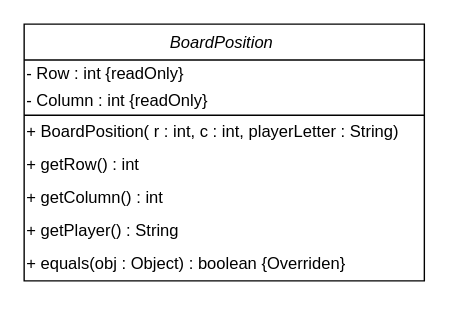
Before: Project1/BoardPosition UML Class Diagram.drawio in ozzhaas/CPSC2150, a draw.io diagram. Source tidied: cells renumbered, new cells numbered last; positions are measured from the earlier drawing's top-left corner, leaving out a move shared by most shapes. Both pictures are drawn from the tidied source at 138%, with x=0, y=0 at pixel (23, 23).
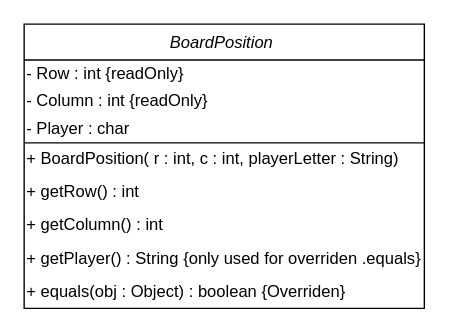
The same page after the edit.

Diff of the diagram source:
```diff
@@
 <mxGraphModel>
   <root>
     <mxCell id="0" />
     <mxCell id="1" parent="0" />
     <mxCell id="2" value="BoardPosition " style="swimlane;fontStyle=2;align=center;verticalAlign=top;horizontal=1;startSize=26;rounded=0;shadow=0;strokeWidth=1;" parent="1" vertex="1">
-      <mxGeometry width="290" height="186" as="geometry" />
+      <mxGeometry width="290" height="206" as="geometry" />
     </mxCell>
     <mxCell id="3" value="- Row : int {readOnly}" style="text;html=1;strokeColor=none;fillColor=none;align=left;verticalAlign=middle;whiteSpace=wrap;rounded=0;" parent="2" vertex="1">
       <mxGeometry y="26" width="290" height="20" as="geometry" />
     </mxCell>
     <mxCell id="4" value="- Column : int {readOnly}" style="text;html=1;strokeColor=none;fillColor=none;align=left;verticalAlign=middle;whiteSpace=wrap;rounded=0;" parent="2" vertex="1">
       <mxGeometry y="46" width="290" height="20" as="geometry" />
     </mxCell>
+    <mxCell id="11" value="- Player : char&amp;nbsp;" style="text;html=1;strokeColor=none;fillColor=none;align=left;verticalAlign=middle;whiteSpace=wrap;rounded=0;" parent="2" vertex="1">
+      <mxGeometry y="66" width="290" height="20" as="geometry" />
+    </mxCell>
     <mxCell id="5" value="+ BoardPosition( r : int, c : int, playerLetter : String)&amp;nbsp;" style="text;html=1;strokeColor=none;fillColor=none;align=left;verticalAlign=middle;whiteSpace=wrap;rounded=0;" parent="2" vertex="1">
-      <mxGeometry y="66" width="290" height="24" as="geometry" />
+      <mxGeometry y="86" width="290" height="24" as="geometry" />
     </mxCell>
     <mxCell id="6" value="+ getRow() : int" style="text;html=1;strokeColor=none;fillColor=none;align=left;verticalAlign=middle;whiteSpace=wrap;rounded=0;" parent="2" vertex="1">
-      <mxGeometry y="90" width="290" height="24" as="geometry" />
+      <mxGeometry y="110" width="290" height="24" as="geometry" />
     </mxCell>
     <mxCell id="7" value="+ getColumn() : int" style="text;html=1;strokeColor=none;fillColor=none;align=left;verticalAlign=middle;whiteSpace=wrap;rounded=0;" parent="2" vertex="1">
-      <mxGeometry y="114" width="290" height="24" as="geometry" />
+      <mxGeometry y="134" width="290" height="24" as="geometry" />
     </mxCell>
-    <mxCell id="8" value="+ getPlayer() : String" style="text;html=1;strokeColor=none;fillColor=none;align=left;verticalAlign=middle;whiteSpace=wrap;rounded=0;" parent="2" vertex="1">
-      <mxGeometry y="138" width="290" height="24" as="geometry" />
+    <mxCell id="8" value="+ getPlayer() : String {only used for overriden .equals}" style="text;html=1;strokeColor=none;fillColor=none;align=left;verticalAlign=middle;whiteSpace=wrap;rounded=0;" parent="2" vertex="1">
+      <mxGeometry y="158" width="290" height="24" as="geometry" />
     </mxCell>
     <mxCell id="9" value="+ equals(obj : Object) : boolean {Overriden}" style="text;html=1;strokeColor=none;fillColor=none;align=left;verticalAlign=middle;whiteSpace=wrap;rounded=0;" parent="2" vertex="1">
-      <mxGeometry y="162" width="290" height="24" as="geometry" />
+      <mxGeometry y="182" width="290" height="24" as="geometry" />
     </mxCell>
-    <mxCell id="10" style="endArrow=none;html=1;exitX=0;exitY=0;exitDx=0;exitDy=0;entryX=1;entryY=1;entryDx=0;entryDy=0;" parent="2" edge="1" target="4">
-      <mxGeometry relative="1" as="geometry">
-        <mxPoint y="66" as="sourcePoint" />
-      </mxGeometry>
+    <mxCell id="10" style="endArrow=none;html=1;exitX=0;exitY=0;exitDx=0;exitDy=0;entryX=1;entryY=0;entryDx=0;entryDy=0;" parent="2" edge="1" source="5" target="5">
+      <mxGeometry relative="1" as="geometry" />
     </mxCell>
   </root>
 </mxGraphModel>
```
